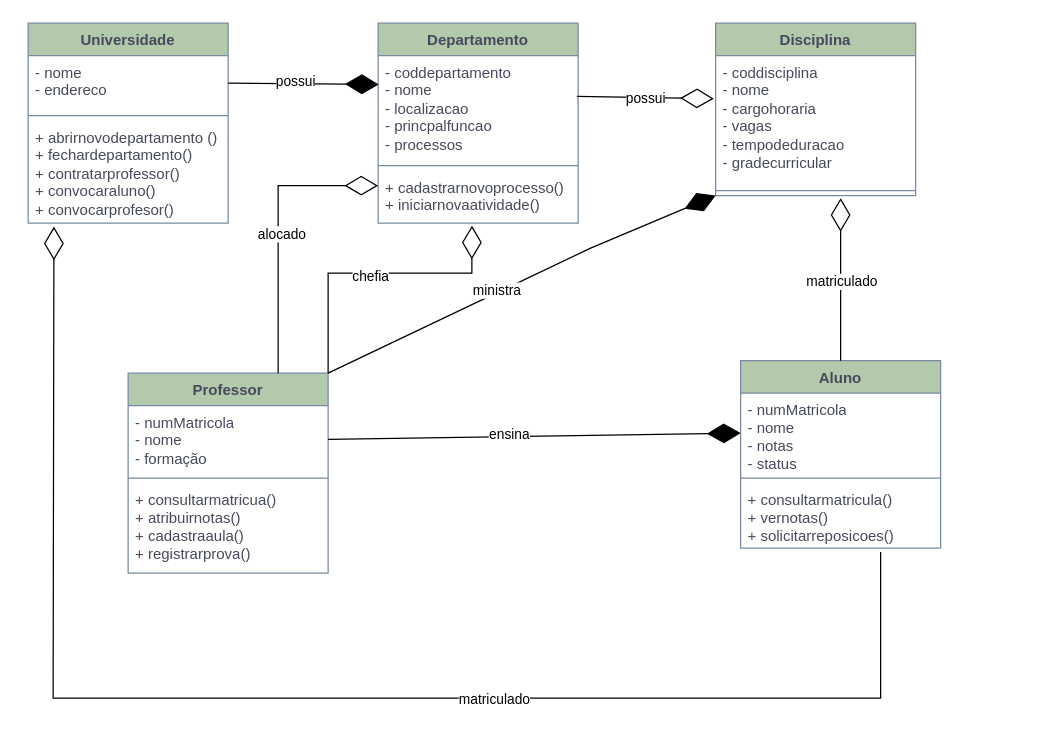
Above: APOO/diagrama_de_classes.drawio in joao-marcos-azvd/Estudos-de-programacao (draw.io), before the change. Source tidied: cells renumbered, new cells numbered last; positions are measured from the earlier drawing's top-left corner, leaving out a move shared by most shapes. Both pictures are drawn from the tidied source at 125%, with x=0, y=0 at pixel (28, 22).
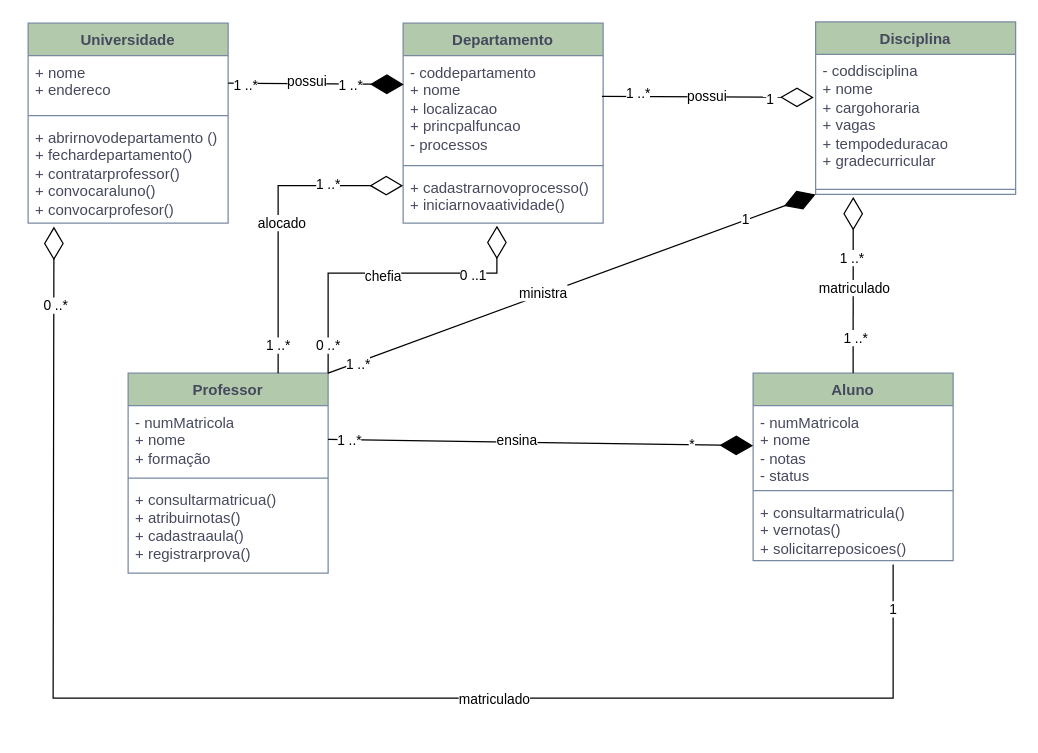
The same diagram, later.

The change refers to these unchanged cells:
```xml
<mxCell id="5" value="&lt;div&gt;+ cadastrarnovoprocesso()&lt;/div&gt;&lt;div&gt;+ iniciarnovaatividade()&amp;nbsp;&lt;/div&gt;" style="text;strokeColor=none;fillColor=none;align=left;verticalAlign=top;spacingLeft=4;spacingRight=4;overflow=hidden;points=[[0,0.5],[1,0.5]];portConstraint=eastwest;whiteSpace=wrap;html=1;labelBackgroundColor=none;fontColor=#46495D;" parent="2" vertex="1">
  <mxGeometry y="118" width="160" height="42" as="geometry" />
</mxCell>
<mxCell id="8" style="line;strokeWidth=1;fillColor=none;align=left;verticalAlign=middle;spacingTop=-1;spacingLeft=3;spacingRight=3;labelPosition=right;points=[];portConstraint=eastwest;strokeColor=#788AA3;labelBackgroundColor=none;fontColor=#46495D;" parent="6" vertex="1">
  <mxGeometry y="130" width="160" height="8" as="geometry" />
</mxCell>
<mxCell id="12" value="&lt;div&gt;&lt;span style=&quot;background-color: initial;&quot;&gt;+ consultarmatricula()&lt;/span&gt;&lt;/div&gt;+ vernotas()&lt;div&gt;+ solicitarreposicoes()&lt;br&gt;&lt;/div&gt;&lt;div&gt;&lt;br&gt;&lt;/div&gt;" style="text;strokeColor=none;fillColor=none;align=left;verticalAlign=top;spacingLeft=4;spacingRight=4;overflow=hidden;points=[[0,0.5],[1,0.5]];portConstraint=eastwest;whiteSpace=wrap;html=1;labelBackgroundColor=none;fontColor=#46495D;" parent="9" vertex="1">
  <mxGeometry y="98" width="160" height="52" as="geometry" />
</mxCell>
<mxCell id="13" value="Professor" style="swimlane;fontStyle=1;align=center;verticalAlign=top;horizontal=1;startSize=26;whiteSpace=wrap;html=1;labelBackgroundColor=none;fillColor=#B2C9AB;strokeColor=#788AA3;fontColor=#46495D;" parent="1" vertex="1">
  <mxGeometry x="80" y="280" width="160" height="160" as="geometry" />
</mxCell>
<mxCell id="17" value="Universidade" style="swimlane;fontStyle=1;align=center;verticalAlign=top;horizontal=1;startSize=26;whiteSpace=wrap;html=1;labelBackgroundColor=none;fillColor=#B2C9AB;strokeColor=#788AA3;fontColor=#46495D;" parent="1" vertex="1">
  <mxGeometry width="160" height="160" as="geometry" />
</mxCell>
<mxCell id="20" value="&lt;div&gt;&lt;span style=&quot;background-color: initial;&quot;&gt;+ abrirnovodepartamento ()&lt;/span&gt;&lt;/div&gt;&lt;div&gt;&lt;span style=&quot;background-color: initial;&quot;&gt;+ fechardepartamento()&lt;/span&gt;&lt;/div&gt;&lt;div&gt;+ contratarprofessor()&lt;/div&gt;&lt;div&gt;+ convocaraluno()&lt;/div&gt;&lt;div&gt;+ convocarprofesor()&lt;/div&gt;" style="text;strokeColor=none;fillColor=none;align=left;verticalAlign=top;spacingLeft=4;spacingRight=4;overflow=hidden;points=[[0,0.5],[1,0.5]];portConstraint=eastwest;whiteSpace=wrap;html=1;labelBackgroundColor=none;fontColor=#46495D;" parent="17" vertex="1">
  <mxGeometry y="78" width="160" height="82" as="geometry" />
</mxCell>
<mxCell id="21" style="endArrow=diamondThin;endFill=1;endSize=24;html=1;rounded=0;entryX=0.003;entryY=0.274;entryDx=0;entryDy=0;entryPerimeter=0;exitX=1;exitY=0.5;exitDx=0;exitDy=0;" parent="1" edge="1" source="18" target="3">
  <mxGeometry relative="1" as="geometry" />
</mxCell>
<mxCell id="25" style="endArrow=diamondThin;endFill=0;endSize=24;html=1;rounded=0;exitX=0.75;exitY=0;exitDx=0;exitDy=0;entryX=0;entryY=0.286;entryDx=0;entryDy=0;entryPerimeter=0;" parent="1" edge="1" source="13" target="5">
  <mxGeometry relative="1" as="geometry">
    <Array as="points">
      <mxPoint x="200" y="130" />
    </Array>
  </mxGeometry>
</mxCell>
<mxCell id="27" style="endArrow=diamondThin;endFill=0;endSize=24;html=1;rounded=0;exitX=0.994;exitY=0.387;exitDx=0;exitDy=0;entryX=-0.009;entryY=0.331;entryDx=0;entryDy=0;entryPerimeter=0;exitPerimeter=0;" parent="1" edge="1" source="3" target="7">
  <mxGeometry relative="1" as="geometry" />
</mxCell>
<mxCell id="33" style="endArrow=diamondThin;endFill=1;endSize=24;html=1;rounded=0;entryX=0;entryY=0.5;entryDx=0;entryDy=0;exitX=1;exitY=0.5;exitDx=0;exitDy=0;" parent="1" edge="1" source="14" target="10">
  <mxGeometry relative="1" as="geometry" />
</mxCell>
```

Change to the diagram source:
```diff
@@
     <mxCell id="2" value="Departamento" style="swimlane;fontStyle=1;align=center;verticalAlign=top;horizontal=1;startSize=26;whiteSpace=wrap;html=1;labelBackgroundColor=none;fillColor=#B2C9AB;strokeColor=#788AA3;fontColor=#46495D;" parent="1" vertex="1">
-      <mxGeometry x="280" width="160" height="160" as="geometry" />
+      <mxGeometry x="300" width="160" height="160" as="geometry" />
     </mxCell>
-    <mxCell id="3" value="- coddepartamento&lt;div&gt;- nome&lt;/div&gt;&lt;div&gt;- localizacao&lt;/div&gt;&lt;div&gt;- princpalfuncao&lt;/div&gt;&lt;div&gt;- processos&lt;/div&gt;" style="text;strokeColor=none;fillColor=none;align=left;verticalAlign=top;spacingLeft=4;spacingRight=4;overflow=hidden;points=[[0,0.5],[1,0.5]];portConstraint=eastwest;whiteSpace=wrap;html=1;labelBackgroundColor=none;fontColor=#46495D;" parent="2" vertex="1">
+    <mxCell id="3" value="- coddepartamento&lt;div&gt;+ nome&lt;/div&gt;&lt;div&gt;+ localizacao&lt;/div&gt;&lt;div&gt;+ princpalfuncao&lt;/div&gt;&lt;div&gt;- processos&lt;/div&gt;" style="text;strokeColor=none;fillColor=none;align=left;verticalAlign=top;spacingLeft=4;spacingRight=4;overflow=hidden;points=[[0,0.5],[1,0.5]];portConstraint=eastwest;whiteSpace=wrap;html=1;labelBackgroundColor=none;fontColor=#46495D;" parent="2" vertex="1">
       <mxGeometry y="26" width="160" height="84" as="geometry" />
     </mxCell>
@@
     <mxCell id="6" value="Disciplina" style="swimlane;fontStyle=1;align=center;verticalAlign=top;horizontal=1;startSize=26;whiteSpace=wrap;html=1;labelBackgroundColor=none;fillColor=#B2C9AB;strokeColor=#788AA3;fontColor=#46495D;" parent="1" vertex="1">
-      <mxGeometry x="550" width="160" height="138" as="geometry" />
+      <mxGeometry x="630" y="-1" width="160" height="138" as="geometry" />
     </mxCell>
-    <mxCell id="7" value="&lt;div&gt;- coddisciplina&lt;/div&gt;- nome&lt;div&gt;- cargohoraria&lt;/div&gt;&lt;div&gt;- vagas&lt;/div&gt;&lt;div&gt;- tempodeduracao&lt;/div&gt;&lt;div&gt;- gradecurricular&lt;/div&gt;&lt;div&gt;&lt;br&gt;&lt;/div&gt;&lt;div&gt;&lt;br&gt;&lt;/div&gt;" style="text;strokeColor=none;fillColor=none;align=left;verticalAlign=top;spacingLeft=4;spacingRight=4;overflow=hidden;points=[[0,0.5],[1,0.5]];portConstraint=eastwest;whiteSpace=wrap;html=1;labelBackgroundColor=none;fontColor=#46495D;" parent="6" vertex="1">
+    <mxCell id="7" value="&lt;div&gt;- coddisciplina&lt;/div&gt;+ nome&lt;div&gt;+ cargohoraria&lt;/div&gt;&lt;div&gt;+ vagas&lt;/div&gt;&lt;div&gt;+ tempodeduracao&lt;/div&gt;&lt;div&gt;+ gradecurricular&lt;/div&gt;&lt;div&gt;&lt;br&gt;&lt;/div&gt;&lt;div&gt;&lt;br&gt;&lt;/div&gt;" style="text;strokeColor=none;fillColor=none;align=left;verticalAlign=top;spacingLeft=4;spacingRight=4;overflow=hidden;points=[[0,0.5],[1,0.5]];portConstraint=eastwest;whiteSpace=wrap;html=1;labelBackgroundColor=none;fontColor=#46495D;" parent="6" vertex="1">
       <mxGeometry y="26" width="160" height="104" as="geometry" />
     </mxCell>
@@
     <mxCell id="9" value="Aluno" style="swimlane;fontStyle=1;align=center;verticalAlign=top;horizontal=1;startSize=26;whiteSpace=wrap;html=1;labelBackgroundColor=none;fillColor=#B2C9AB;strokeColor=#788AA3;fontColor=#46495D;" parent="1" vertex="1">
-      <mxGeometry x="570" y="270" width="160" height="150" as="geometry" />
+      <mxGeometry x="580" y="280" width="160" height="150" as="geometry" />
     </mxCell>
-    <mxCell id="10" value="&lt;div&gt;- numMatricola&lt;/div&gt;- nome&lt;div&gt;- notas&lt;/div&gt;&lt;div&gt;- status&lt;/div&gt;&lt;div&gt;&lt;br&gt;&lt;/div&gt;" style="text;strokeColor=none;fillColor=none;align=left;verticalAlign=top;spacingLeft=4;spacingRight=4;overflow=hidden;points=[[0,0.5],[1,0.5]];portConstraint=eastwest;whiteSpace=wrap;html=1;labelBackgroundColor=none;fontColor=#46495D;" parent="9" vertex="1">
+    <mxCell id="10" value="&lt;div&gt;- numMatricola&lt;/div&gt;+ nome&lt;div&gt;- notas&lt;/div&gt;&lt;div&gt;- status&lt;/div&gt;&lt;div&gt;&lt;br&gt;&lt;/div&gt;" style="text;strokeColor=none;fillColor=none;align=left;verticalAlign=top;spacingLeft=4;spacingRight=4;overflow=hidden;points=[[0,0.5],[1,0.5]];portConstraint=eastwest;whiteSpace=wrap;html=1;labelBackgroundColor=none;fontColor=#46495D;" parent="9" vertex="1">
       <mxGeometry y="26" width="160" height="64" as="geometry" />
     </mxCell>
@@
-    <mxCell id="14" value="- numMatricola&lt;div&gt;- nome&lt;/div&gt;&lt;div&gt;- formação&lt;/div&gt;&lt;div&gt;&lt;br&gt;&lt;/div&gt;" style="text;strokeColor=none;fillColor=none;align=left;verticalAlign=top;spacingLeft=4;spacingRight=4;overflow=hidden;points=[[0,0.5],[1,0.5]];portConstraint=eastwest;whiteSpace=wrap;html=1;labelBackgroundColor=none;fontColor=#46495D;" parent="13" vertex="1">
+    <mxCell id="14" value="- numMatricola&lt;div&gt;+ nome&lt;/div&gt;&lt;div&gt;+ formação&lt;/div&gt;&lt;div&gt;&lt;br&gt;&lt;/div&gt;" style="text;strokeColor=none;fillColor=none;align=left;verticalAlign=top;spacingLeft=4;spacingRight=4;overflow=hidden;points=[[0,0.5],[1,0.5]];portConstraint=eastwest;whiteSpace=wrap;html=1;labelBackgroundColor=none;fontColor=#46495D;" parent="13" vertex="1">
       <mxGeometry y="26" width="160" height="54" as="geometry" />
     </mxCell>
@@
-    <mxCell id="18" value="&lt;div&gt;&lt;span style=&quot;background-color: initial;&quot;&gt;- nome&lt;/span&gt;&lt;/div&gt;&lt;div&gt;- endereco&lt;/div&gt;&lt;div&gt;&lt;br&gt;&lt;/div&gt;" style="text;strokeColor=none;fillColor=none;align=left;verticalAlign=top;spacingLeft=4;spacingRight=4;overflow=hidden;points=[[0,0.5],[1,0.5]];portConstraint=eastwest;whiteSpace=wrap;html=1;labelBackgroundColor=none;fontColor=#46495D;" parent="17" vertex="1">
+    <mxCell id="18" value="&lt;div&gt;&lt;span style=&quot;background-color: initial;&quot;&gt;+ nome&lt;/span&gt;&lt;/div&gt;&lt;div&gt;+ endereco&lt;/div&gt;&lt;div&gt;&lt;br&gt;&lt;/div&gt;" style="text;strokeColor=none;fillColor=none;align=left;verticalAlign=top;spacingLeft=4;spacingRight=4;overflow=hidden;points=[[0,0.5],[1,0.5]];portConstraint=eastwest;whiteSpace=wrap;html=1;labelBackgroundColor=none;fontColor=#46495D;" parent="17" vertex="1">
       <mxGeometry y="26" width="160" height="44" as="geometry" />
     </mxCell>
@@
+    <mxCell id="37" value="1 ..*" style="edgeLabel;html=1;align=center;verticalAlign=middle;" parent="21" vertex="1">
+      <mxGeometry x="-0.8" y="-1" relative="1" as="geometry" />
+    </mxCell>
+    <mxCell id="38" value="1 ..*" style="edgeLabel;html=1;align=center;verticalAlign=middle;" parent="21" vertex="1">
+      <mxGeometry x="0.4" y="-1" relative="1" as="geometry" />
+    </mxCell>
     <mxCell id="23" style="endArrow=diamondThin;endFill=0;endSize=24;html=1;rounded=0;exitX=1;exitY=0;exitDx=0;exitDy=0;entryX=0.469;entryY=1.048;entryDx=0;entryDy=0;entryPerimeter=0;" parent="1" edge="1" source="13" target="5">
       <mxGeometry relative="1" as="geometry">
         <Array as="points">
           <mxPoint x="240" y="200" />
-          <mxPoint x="355" y="200" />
+          <mxPoint x="375" y="200" />
         </Array>
       </mxGeometry>
     </mxCell>
@@
+    <mxCell id="39" value="0 ..1" style="edgeLabel;html=1;align=center;verticalAlign=middle;" parent="23" vertex="1">
+      <mxGeometry x="0.54" y="-1" relative="1" as="geometry" />
+    </mxCell>
+    <mxCell id="40" value="0 ..*" style="edgeLabel;html=1;align=center;verticalAlign=middle;" parent="23" vertex="1">
+      <mxGeometry x="-0.82" y="1" relative="1" as="geometry" />
+    </mxCell>
@@
+    <mxCell id="41" value="1 ..*" style="edgeLabel;html=1;align=center;verticalAlign=middle;" parent="25" vertex="1">
+      <mxGeometry x="-0.82" y="1" relative="1" as="geometry" />
+    </mxCell>
+    <mxCell id="42" value="1 ..*" style="edgeLabel;html=1;align=center;verticalAlign=middle;" parent="25" vertex="1">
+      <mxGeometry x="0.51" y="2" relative="1" as="geometry" />
+    </mxCell>
@@
+    <mxCell id="43" value="1 ..*" style="edgeLabel;html=1;align=center;verticalAlign=middle;" parent="27" vertex="1">
+      <mxGeometry x="-0.67" y="3" relative="1" as="geometry" />
+    </mxCell>
+    <mxCell id="44" value="1&amp;nbsp;" style="edgeLabel;html=1;align=center;verticalAlign=middle;" parent="27" vertex="1">
+      <mxGeometry x="0.59" y="-1" relative="1" as="geometry" />
+    </mxCell>
     <mxCell id="29" style="endArrow=diamondThin;endFill=1;endSize=24;html=1;rounded=0;entryX=0;entryY=1;entryDx=0;entryDy=0;exitX=1;exitY=0;exitDx=0;exitDy=0;" parent="1" edge="1" source="13" target="6">
-      <mxGeometry relative="1" as="geometry">
-        <Array as="points">
-          <mxPoint x="450" y="180" />
-        </Array>
-      </mxGeometry>
+      <mxGeometry relative="1" as="geometry" />
     </mxCell>
@@
+    <mxCell id="45" value="1 ..*" style="edgeLabel;html=1;align=center;verticalAlign=middle;" parent="29" vertex="1">
+      <mxGeometry x="-0.88" y="-1" relative="1" as="geometry" />
+    </mxCell>
+    <mxCell id="46" value="1" style="edgeLabel;html=1;align=center;verticalAlign=middle;" parent="29" vertex="1">
+      <mxGeometry x="0.71" relative="1" as="geometry">
+        <mxPoint y="-1" as="offset" />
+      </mxGeometry>
+    </mxCell>
     <mxCell id="31" style="endArrow=diamondThin;endFill=0;endSize=24;html=1;rounded=0;exitX=0.7;exitY=1.058;exitDx=0;exitDy=0;entryX=0.129;entryY=1.034;entryDx=0;entryDy=0;exitPerimeter=0;entryPerimeter=0;" parent="1" edge="1" source="12" target="20">
       <mxGeometry relative="1" as="geometry">
         <Array as="points">
-          <mxPoint x="682" y="540" />
+          <mxPoint x="692" y="540" />
           <mxPoint x="20" y="540" />
         </Array>
       </mxGeometry>
     </mxCell>
@@
+    <mxCell id="47" value="1" style="edgeLabel;html=1;align=center;verticalAlign=middle;" parent="31" vertex="1">
+      <mxGeometry x="-0.94" y="-1" relative="1" as="geometry" />
+    </mxCell>
+    <mxCell id="48" value="0 ..*" style="edgeLabel;html=1;align=center;verticalAlign=middle;" parent="31" vertex="1">
+      <mxGeometry x="0.89" y="-1" relative="1" as="geometry" />
+    </mxCell>
@@
+    <mxCell id="49" value="1 ..*" style="edgeLabel;html=1;align=center;verticalAlign=middle;" parent="33" vertex="1">
+      <mxGeometry x="-0.9" relative="1" as="geometry" />
+    </mxCell>
+    <mxCell id="50" value="*" style="edgeLabel;html=1;align=center;verticalAlign=middle;" parent="33" vertex="1">
+      <mxGeometry x="0.71" y="1" relative="1" as="geometry" />
+    </mxCell>
-    <mxCell id="35" style="endArrow=diamondThin;endFill=0;endSize=24;html=1;rounded=0;exitX=0.5;exitY=0;exitDx=0;exitDy=0;" parent="1" edge="1" source="9">
-      <mxGeometry relative="1" as="geometry">
-        <mxPoint x="650" y="140" as="targetPoint" />
-      </mxGeometry>
+    <mxCell id="35" style="endArrow=diamondThin;endFill=0;endSize=24;html=1;rounded=0;exitX=0.5;exitY=0;exitDx=0;exitDy=0;entryX=0.188;entryY=1.25;entryDx=0;entryDy=0;entryPerimeter=0;" parent="1" edge="1" source="9" target="8">
+      <mxGeometry relative="1" as="geometry" />
     </mxCell>
@@
+    <mxCell id="51" value="1 ..*" style="edgeLabel;html=1;align=center;verticalAlign=middle;" parent="35" vertex="1">
+      <mxGeometry x="-0.59" y="-1" relative="1" as="geometry" />
+    </mxCell>
+    <mxCell id="52" value="1 ..*" style="edgeLabel;html=1;align=center;verticalAlign=middle;" parent="35" vertex="1">
+      <mxGeometry x="0.3" y="2" relative="1" as="geometry" />
+    </mxCell>
```
